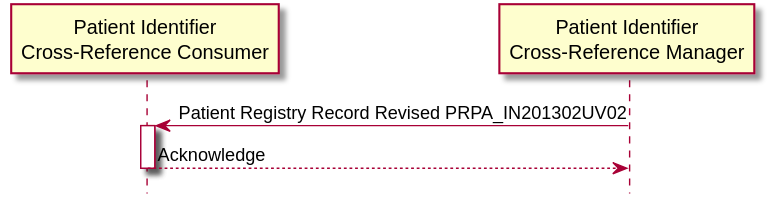
The PlantUML diagram assets/images/iti46.svg in oehf/ipf-docs, before a commit.
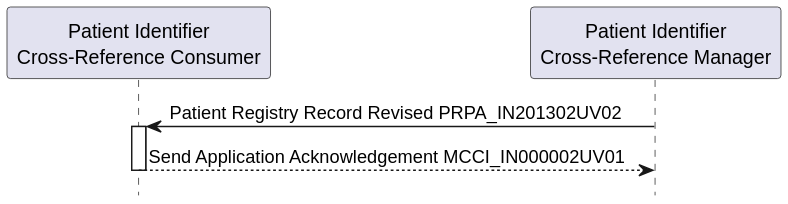
Above is the later version.

Change to the diagram source:
```diff
@@ -6,8 +6,6 @@
 
 MPI -> CON :Patient Registry Record Revised PRPA_IN201302UV02
 activate CON
-CON --> MPI : Acknowledge
+CON --> MPI : Send Application Acknowledgement MCCI_IN000002UV01
 deactivate CON
-
-
 @enduml
```
